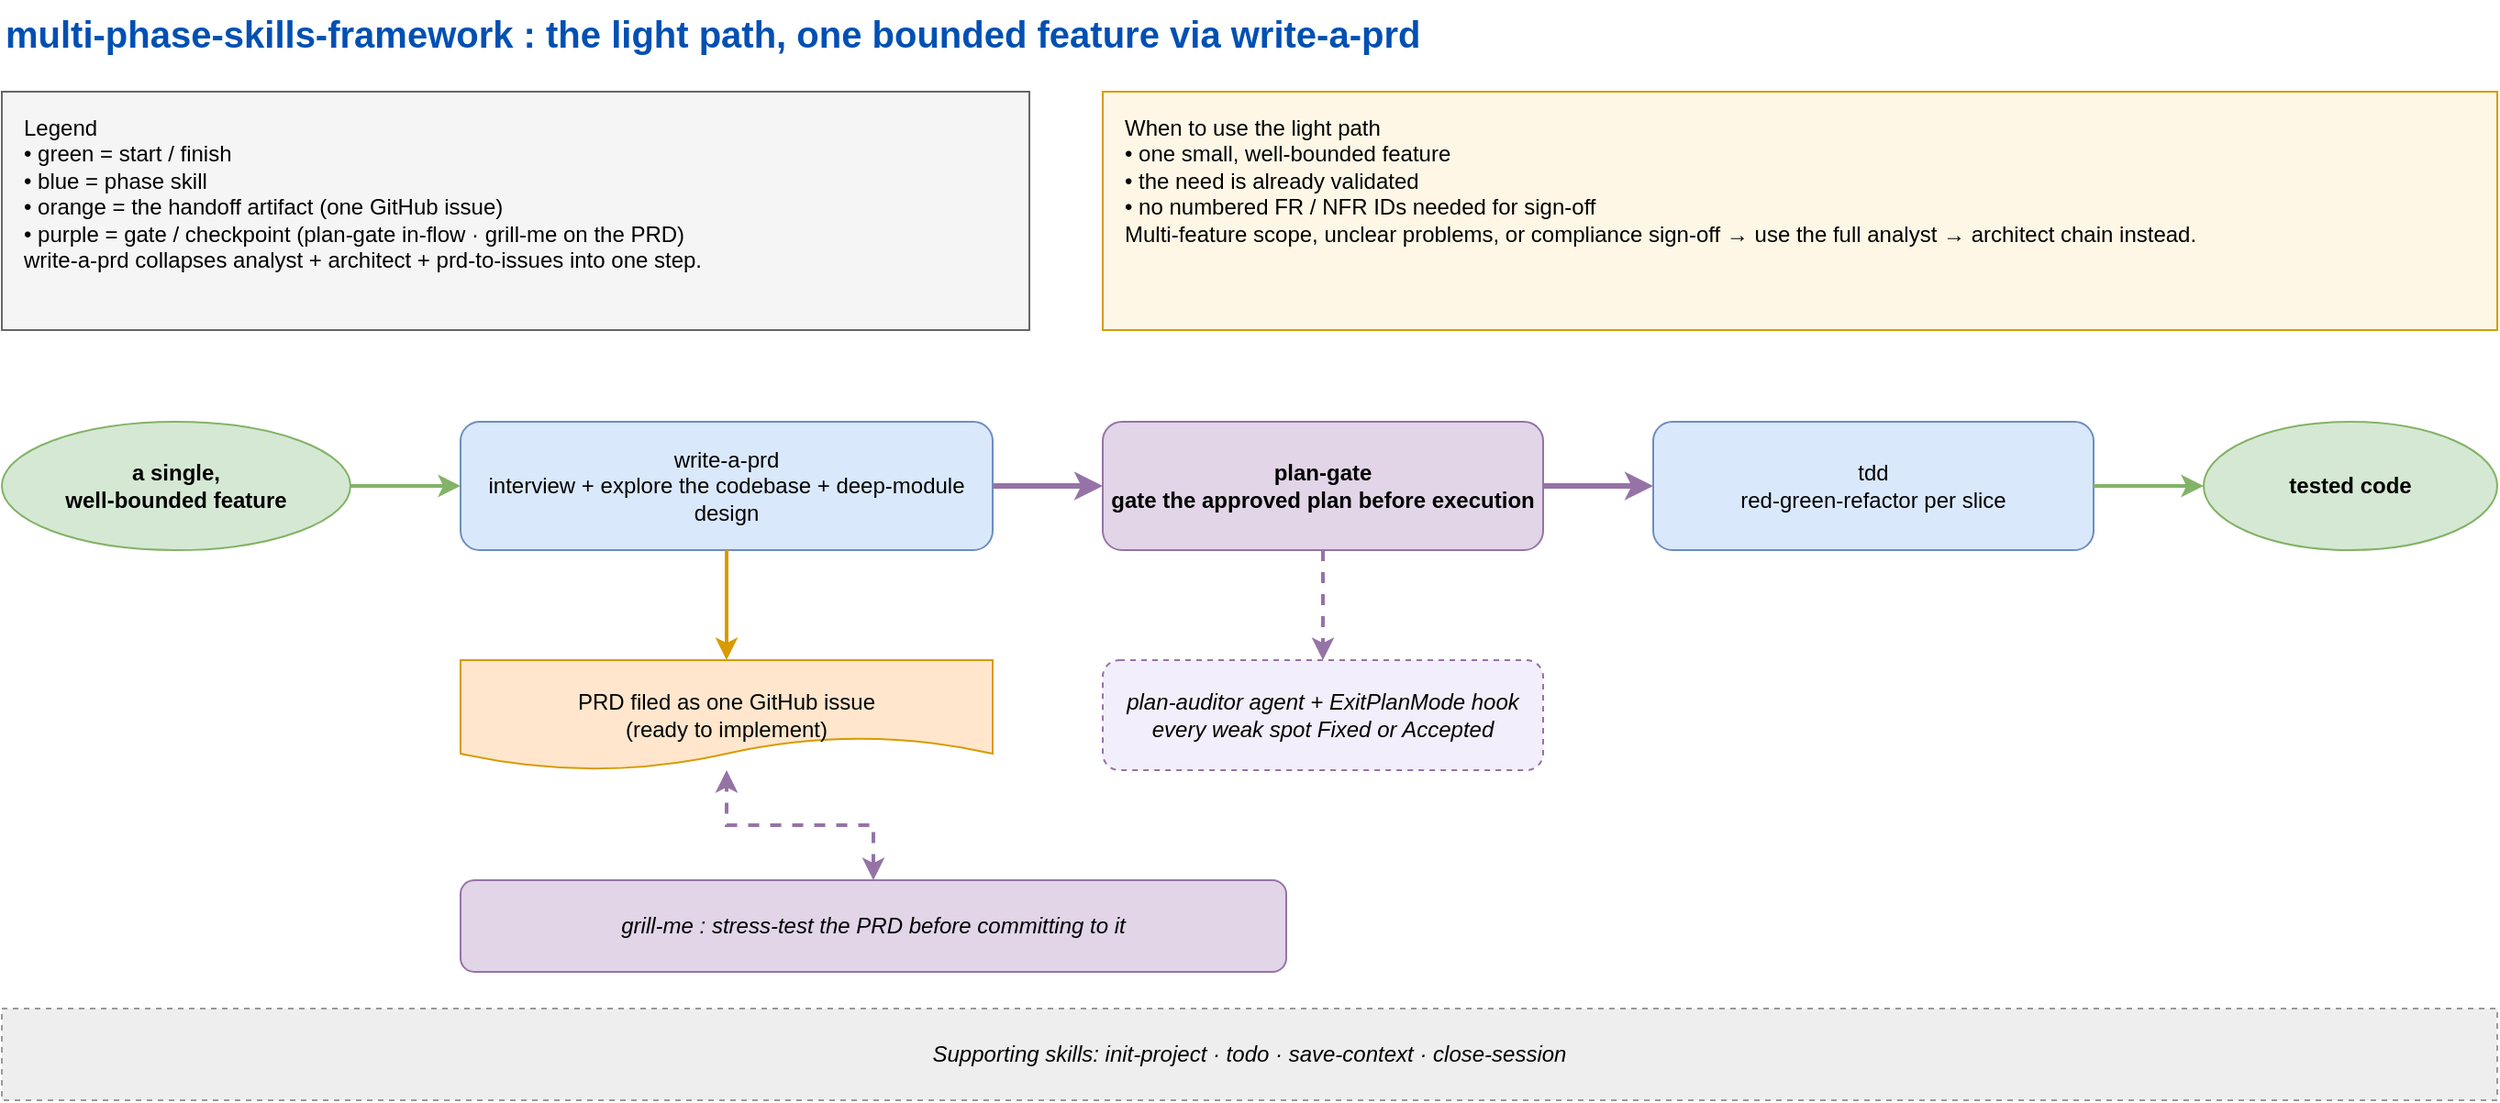
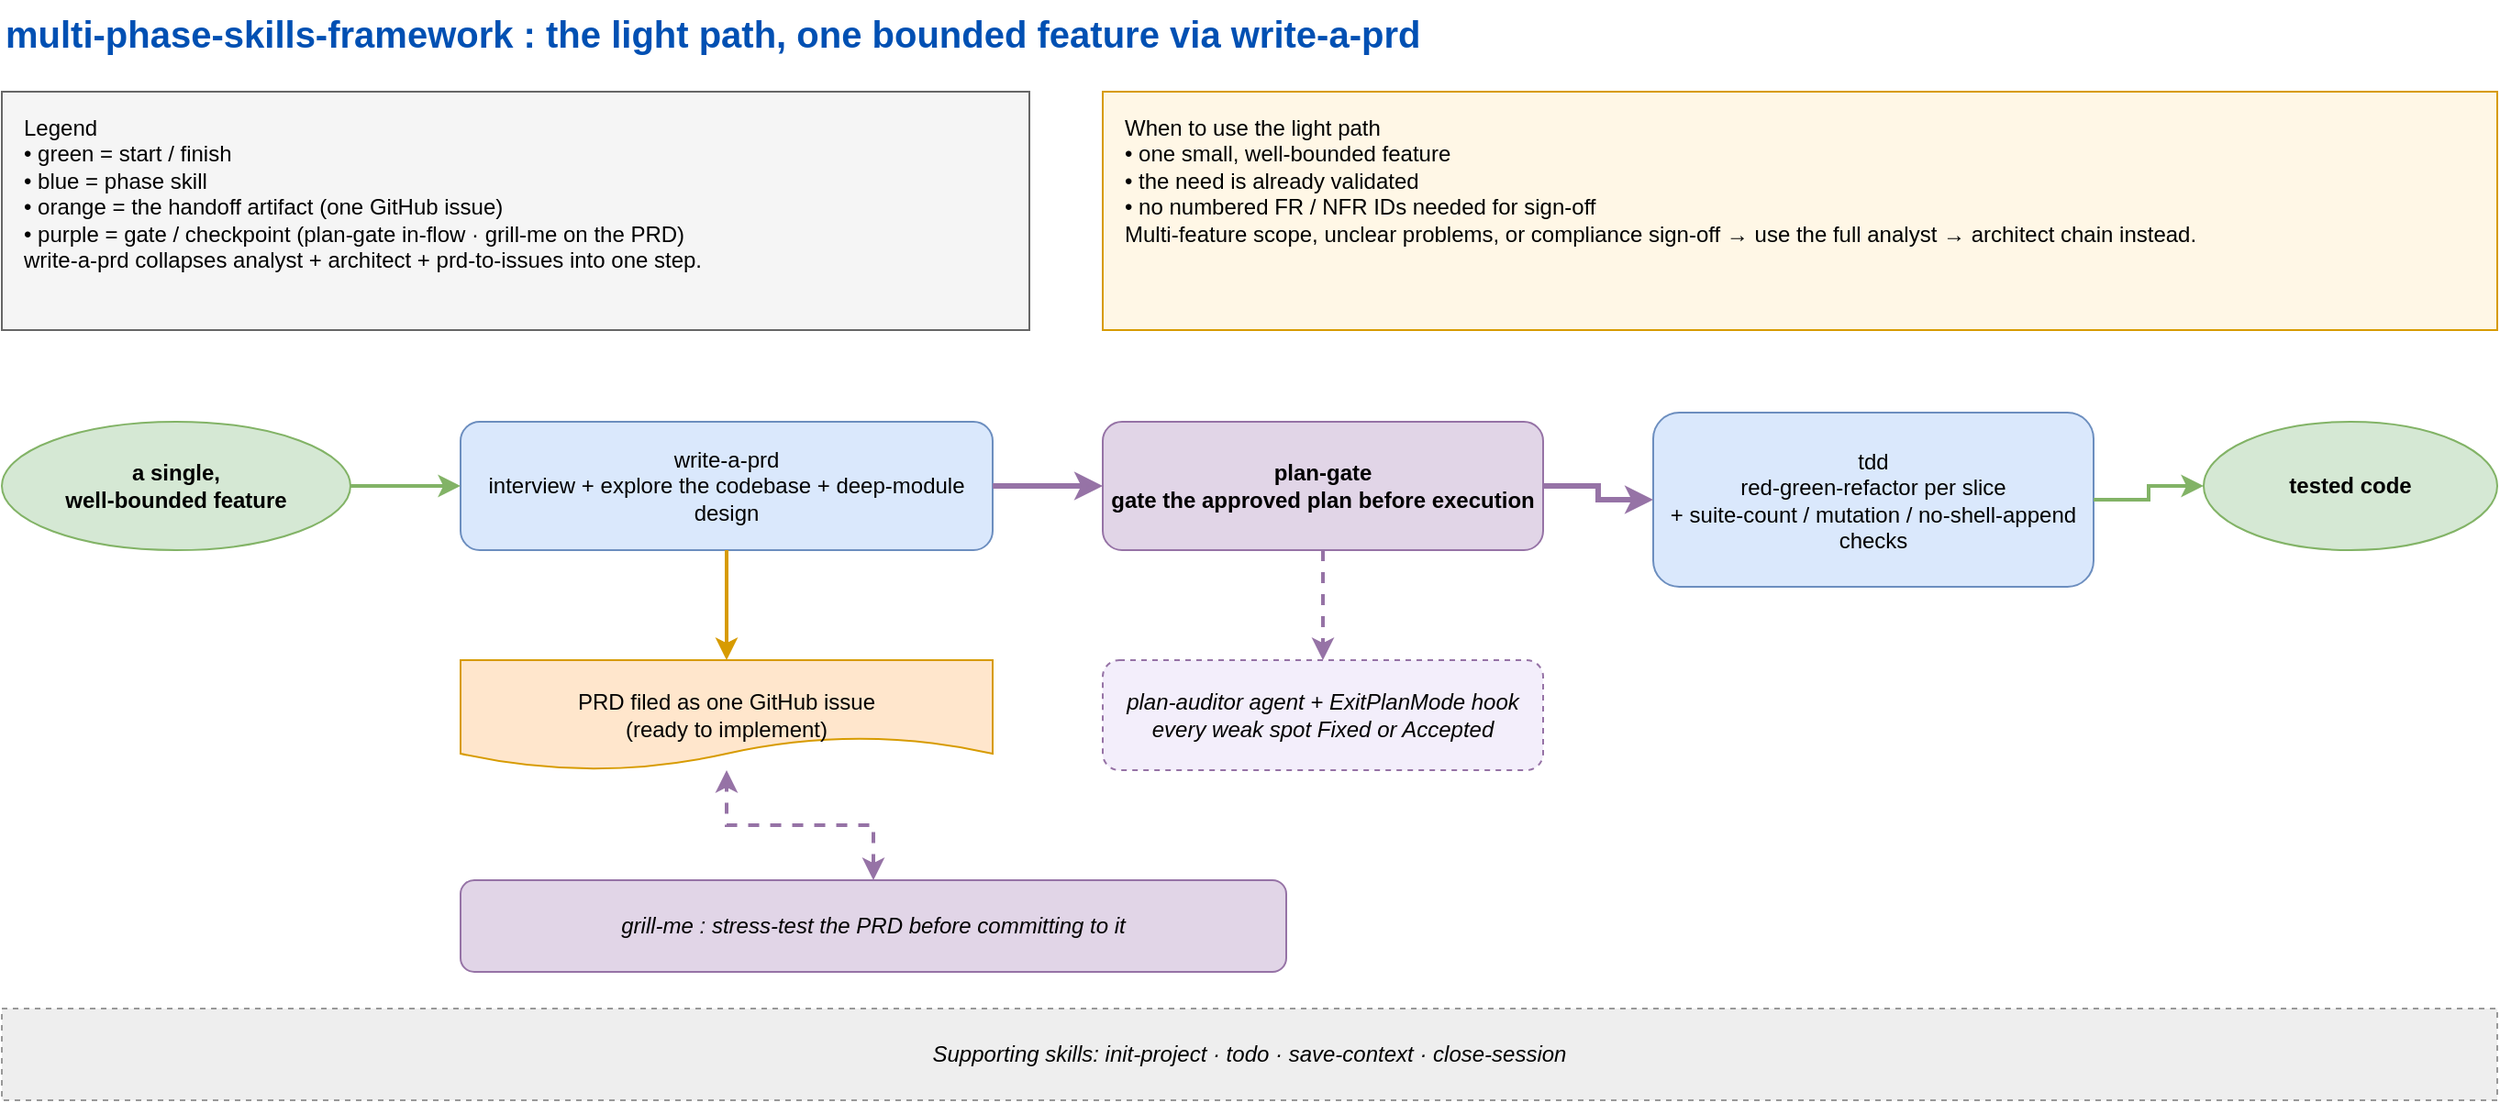
<mxfile host="app.diagrams.net" type="device">
  <diagram name="light-path" id="mplight">
    <mxGraphModel dx="1400" dy="800" grid="0" gridSize="10" guides="1" tooltips="1" connect="1" arrows="1" fold="1" page="1" pageScale="1" pageWidth="1440" pageHeight="640" math="0" shadow="0">
      <root>
        <mxCell id="0"/>
        <mxCell id="1" parent="0"/>

        <mxCell id="title" value="multi-phase-skills-framework : the light path, one bounded feature via write-a-prd" style="text;html=1;fontSize=20;fontStyle=1;fontColor=#0050b3;align=left;verticalAlign=middle;" vertex="1" parent="1"><mxGeometry x="40" y="20" width="1360" height="36" as="geometry"/></mxCell>

        <mxCell id="legend" value="Legend&#10;• green = start / finish&#10;• blue = phase skill&#10;• orange = the handoff artifact (one GitHub issue)&#10;• purple = gate / checkpoint (plan-gate in-flow · grill-me on the PRD)&#10;write-a-prd collapses analyst + architect + prd-to-issues into one step." style="rounded=0;fillColor=#f5f5f5;strokeColor=#666666;fontStyle=0;verticalAlign=top;align=left;spacingLeft=10;spacingTop=6;whiteSpace=wrap;html=1;fontFamily=Helvetica;" vertex="1" parent="1"><mxGeometry x="40" y="70" width="560" height="130" as="geometry"/></mxCell>

        <mxCell id="whenbox" value="When to use the light path&#10;• one small, well-bounded feature&#10;• the need is already validated&#10;• no numbered FR / NFR IDs needed for sign-off&#10;Multi-feature scope, unclear problems, or compliance sign-off → use the full analyst → architect chain instead." style="rounded=0;fillColor=#fff7e6;strokeColor=#d79b00;fontStyle=0;verticalAlign=top;align=left;spacingLeft=10;spacingTop=6;whiteSpace=wrap;html=1;fontFamily=Helvetica;" vertex="1" parent="1"><mxGeometry x="640" y="70" width="760" height="130" as="geometry"/></mxCell>

        <!-- start -->
        <mxCell id="start" value="a single,&#10;well-bounded feature" style="ellipse;fillColor=#d5e8d4;strokeColor=#82b366;html=1;whiteSpace=wrap;fontStyle=1;" vertex="1" parent="1"><mxGeometry x="40" y="250" width="190" height="70" as="geometry"/></mxCell>

        <!-- write-a-prd phase -->
        <mxCell id="p1" value="write-a-prd&#10;interview + explore the codebase + deep-module design" style="rounded=1;fillColor=#dae8fc;strokeColor=#6c8ebf;html=1;whiteSpace=wrap;" vertex="1" parent="1"><mxGeometry x="290" y="250" width="290" height="70" as="geometry"/></mxCell>
        <mxCell id="a1" value="PRD filed as one GitHub issue&#10;(ready to implement)" style="shape=document;fillColor=#ffe6cc;strokeColor=#d79b00;html=1;whiteSpace=wrap;" vertex="1" parent="1"><mxGeometry x="290" y="380" width="290" height="60" as="geometry"/></mxCell>

        <!-- plan-gate inline -->
        <mxCell id="pg" value="plan-gate&#10;gate the approved plan before execution" style="rounded=1;fillColor=#e1d5e7;strokeColor=#9673a6;html=1;whiteSpace=wrap;fontStyle=1;" vertex="1" parent="1"><mxGeometry x="640" y="250" width="240" height="70" as="geometry"/></mxCell>
        <mxCell id="pgn" value="plan-auditor agent + ExitPlanMode hook&#10;every weak spot Fixed or Accepted" style="rounded=1;fillColor=#f3eefb;strokeColor=#9673a6;html=1;whiteSpace=wrap;fontStyle=2;dashed=1;" vertex="1" parent="1"><mxGeometry x="640" y="380" width="240" height="60" as="geometry"/></mxCell>

        <!-- tdd -->
-         <mxCell id="p2" value="tdd&#10;red-green-refactor per slice" style="rounded=1;fillColor=#dae8fc;strokeColor=#6c8ebf;html=1;whiteSpace=wrap;" vertex="1" parent="1"><mxGeometry x="940" y="250" width="240" height="70" as="geometry"/></mxCell>
+         <mxCell id="p2" value="tdd&#10;red-green-refactor per slice&#10;+ suite-count / mutation / no-shell-append checks" style="rounded=1;fillColor=#dae8fc;strokeColor=#6c8ebf;html=1;whiteSpace=wrap;" vertex="1" parent="1"><mxGeometry x="940" y="245" width="240" height="95" as="geometry"/></mxCell>
        <mxCell id="done" value="tested code" style="ellipse;fillColor=#d5e8d4;strokeColor=#82b366;html=1;whiteSpace=wrap;fontStyle=1;" vertex="1" parent="1"><mxGeometry x="1240" y="250" width="160" height="70" as="geometry"/></mxCell>

        <!-- grill-me -->
        <mxCell id="grill" value="grill-me : stress-test the PRD before committing to it" style="rounded=1;fillColor=#e1d5e7;strokeColor=#9673a6;html=1;whiteSpace=wrap;fontStyle=2;" vertex="1" parent="1"><mxGeometry x="290" y="500" width="450" height="50" as="geometry"/></mxCell>

        <!-- supporting band -->
        <mxCell id="band" value="Supporting skills:  init-project  ·  todo  ·  save-context  ·  close-session" style="rounded=0;fillColor=#eeeeee;strokeColor=#999999;html=1;whiteSpace=wrap;fontStyle=2;dashed=1;verticalAlign=middle;align=center;" vertex="1" parent="1"><mxGeometry x="40" y="570" width="1360" height="50" as="geometry"/></mxCell>

        <!-- edges -->
        <mxCell id="s0" style="edgeStyle=orthogonalEdgeStyle;rounded=0;endArrow=classic;strokeColor=#82b366;strokeWidth=2;html=1;" edge="1" parent="1" source="start" target="p1"><mxGeometry relative="1" as="geometry"/></mxCell>
        <mxCell id="c1" style="edgeStyle=orthogonalEdgeStyle;rounded=0;endArrow=classic;strokeColor=#9673a6;strokeWidth=3;html=1;" edge="1" parent="1" source="p1" target="pg"><mxGeometry relative="1" as="geometry"/></mxCell>
        <mxCell id="c2" style="edgeStyle=orthogonalEdgeStyle;rounded=0;endArrow=classic;strokeColor=#9673a6;strokeWidth=3;html=1;" edge="1" parent="1" source="pg" target="p2"><mxGeometry relative="1" as="geometry"/></mxCell>
        <mxCell id="d1" style="edgeStyle=orthogonalEdgeStyle;rounded=0;endArrow=classic;strokeColor=#d79b00;strokeWidth=2;html=1;" edge="1" parent="1" source="p1" target="a1"><mxGeometry relative="1" as="geometry"/></mxCell>
        <mxCell id="dpg" style="edgeStyle=orthogonalEdgeStyle;rounded=0;endArrow=classic;strokeColor=#9673a6;strokeWidth=2;dashed=1;html=1;" edge="1" parent="1" source="pg" target="pgn"><mxGeometry relative="1" as="geometry"/></mxCell>
        <mxCell id="d5" style="edgeStyle=orthogonalEdgeStyle;rounded=0;endArrow=classic;strokeColor=#82b366;strokeWidth=2;html=1;" edge="1" parent="1" source="p2" target="done"><mxGeometry relative="1" as="geometry"/></mxCell>
        <mxCell id="gl" value="" style="edgeStyle=orthogonalEdgeStyle;rounded=0;endArrow=classic;startArrow=classic;strokeColor=#9673a6;strokeWidth=2;dashed=1;html=1;" edge="1" parent="1" source="grill" target="a1"><mxGeometry relative="1" as="geometry"/></mxCell>
      </root>
    </mxGraphModel>
  </diagram>
</mxfile>
